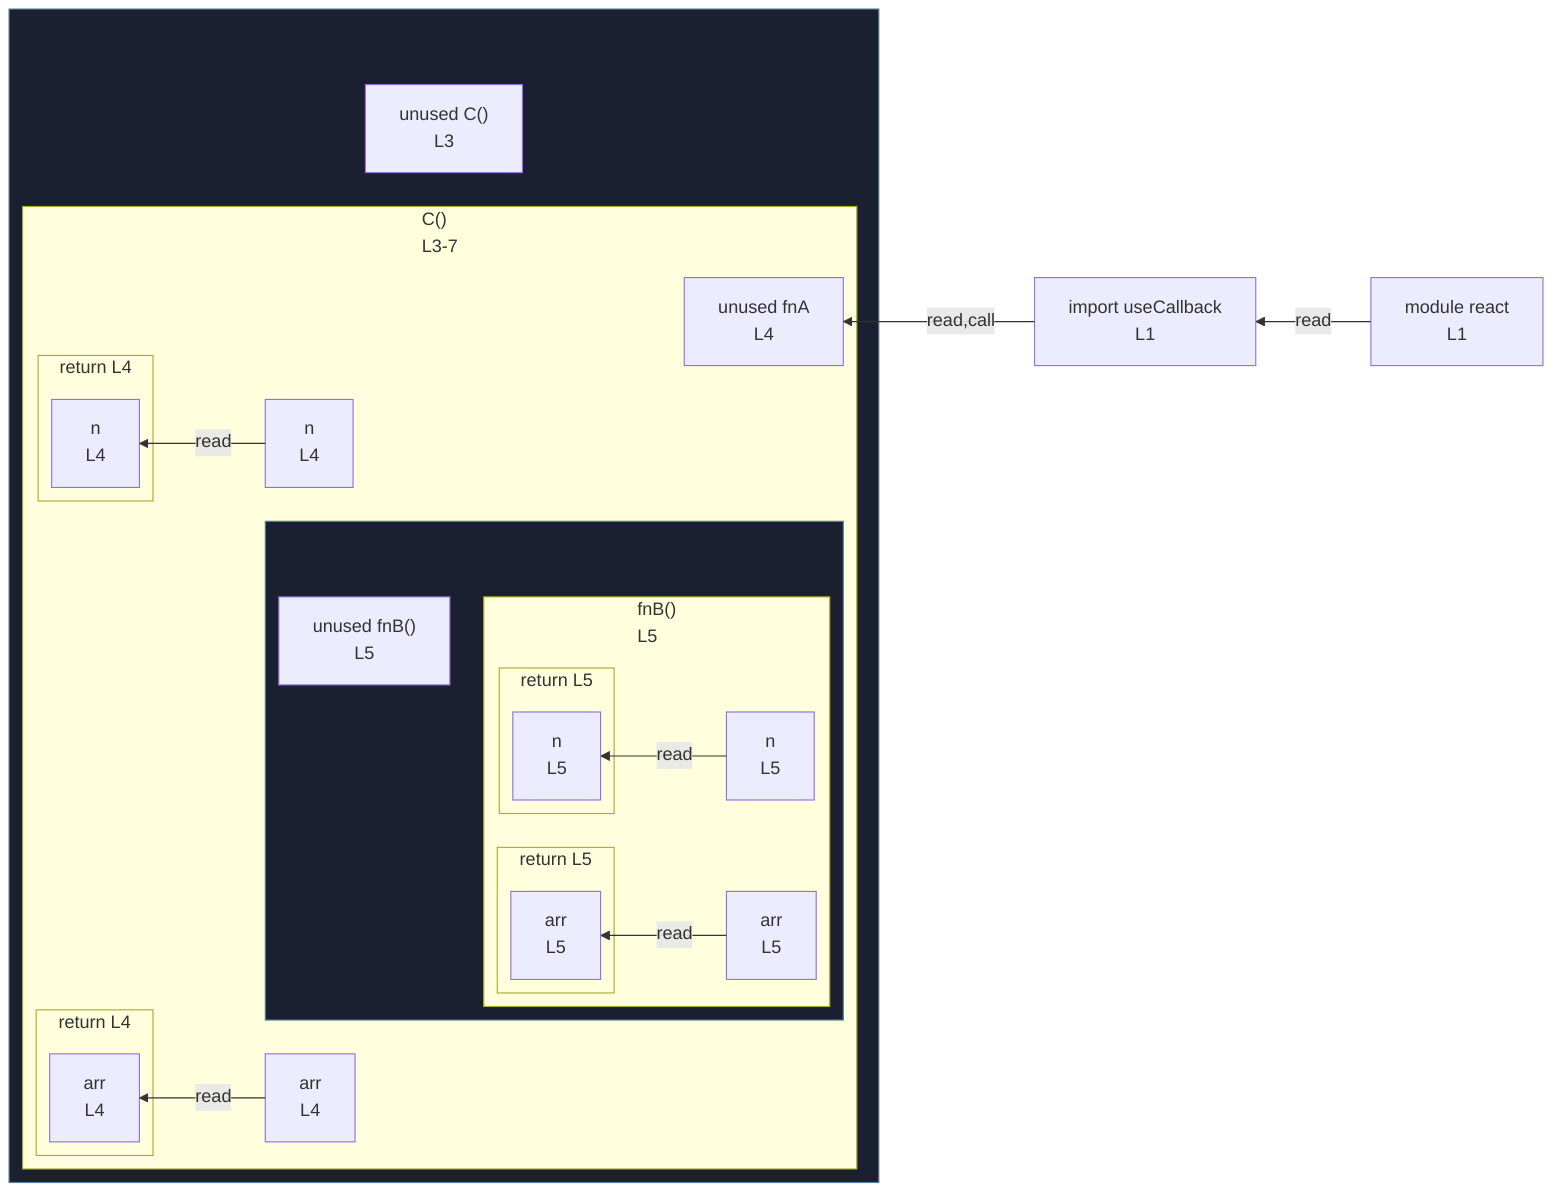
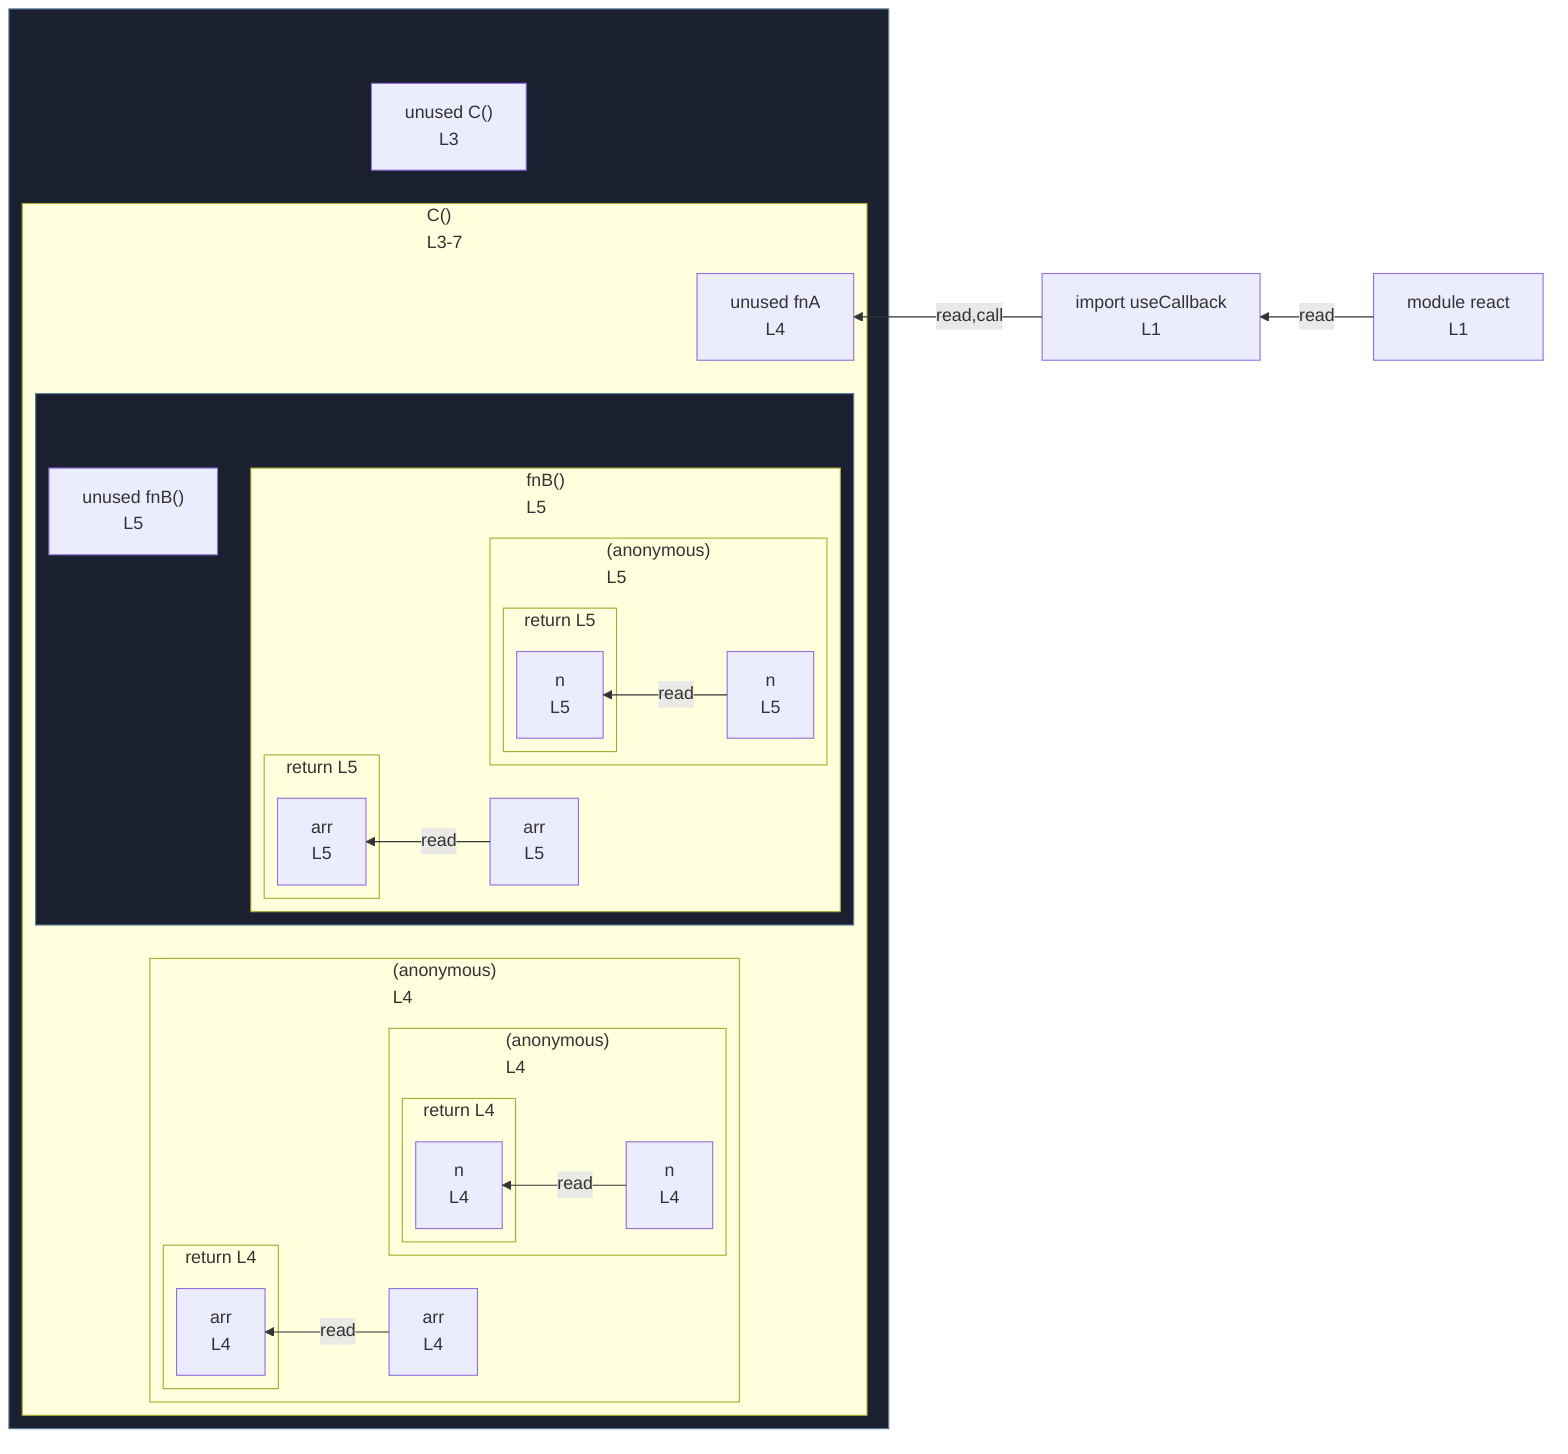
%%{init: {"flowchart": {"defaultRenderer": "elk"}}}%%
flowchart RL
  n_scope_0_useCallback_9["import useCallback<br/>L1"]
  subgraph wrap_s_scope_1[" "]
    direction TB
    n_scope_0_C_44["unused C()<br/>L3"]
    subgraph s_scope_1["C()<br/>L3-7"]
      direction RL
      n_scope_1_fnA_64["unused fnA<br/>L4"]
-       n_scope_2_arr_83["arr<br/>L4"]
-       n_scope_3_n_110["n<br/>L4"]
+       subgraph s_scope_2["(anonymous)<br/>L4"]
+         direction RL
+         n_scope_2_arr_83["arr<br/>L4"]
+         subgraph s_scope_3["(anonymous)<br/>L4"]
+           direction RL
+           n_scope_3_n_110["n<br/>L4"]
+           subgraph s_return_scope_0_C_44_116_121["return L4"]
+             direction RL
+             ret_use_ref_4["n<br/>L4"]
+           end
+         end
+         subgraph s_return_scope_0_C_44_101_122["return L4"]
+           direction RL
+           ret_use_ref_3["arr<br/>L4"]
+         end
+       end
      subgraph wrap_s_scope_4[" "]
        direction TB
        n_scope_1_fnB_137["unused fnB()<br/>L5"]
        subgraph s_scope_4["fnB()<br/>L5"]
          direction RL
          n_scope_4_arr_144["arr<br/>L5"]
-           n_scope_5_n_171["n<br/>L5"]
+           subgraph s_scope_5["(anonymous)<br/>L5"]
+             direction RL
+             n_scope_5_n_171["n<br/>L5"]
+             subgraph s_return_scope_1_fnB_137_177_182["return L5"]
+               direction RL
+               ret_use_ref_7["n<br/>L5"]
+             end
+           end
          subgraph s_return_scope_1_fnB_137_162_183["return L5"]
            direction RL
            ret_use_ref_6["arr<br/>L5"]
          end
-           subgraph s_return_scope_1_fnB_137_177_182["return L5"]
-             direction RL
-             ret_use_ref_7["n<br/>L5"]
-           end
        end
-       end
-       subgraph s_return_scope_0_C_44_101_122["return L4"]
-         direction RL
-         ret_use_ref_3["arr<br/>L4"]
-       end
-       subgraph s_return_scope_0_C_44_116_121["return L4"]
-         direction RL
-         ret_use_ref_4["n<br/>L4"]
      end
    end
  end
  n_scope_0_useCallback_9 -->|read,call| n_scope_1_fnA_64
  n_scope_2_arr_83 -->|read| ret_use_ref_3
  n_scope_3_n_110 -->|read| ret_use_ref_4
  n_scope_4_arr_144 -->|read| ret_use_ref_6
  n_scope_5_n_171 -->|read| ret_use_ref_7
  mod_react["module react<br/>L1"]
  mod_react -->|read| n_scope_0_useCallback_9
  classDef fnWrap fill:#1a2030,stroke:#5a7d99;
  class wrap_s_scope_1 fnWrap;
  class wrap_s_scope_4 fnWrap;
